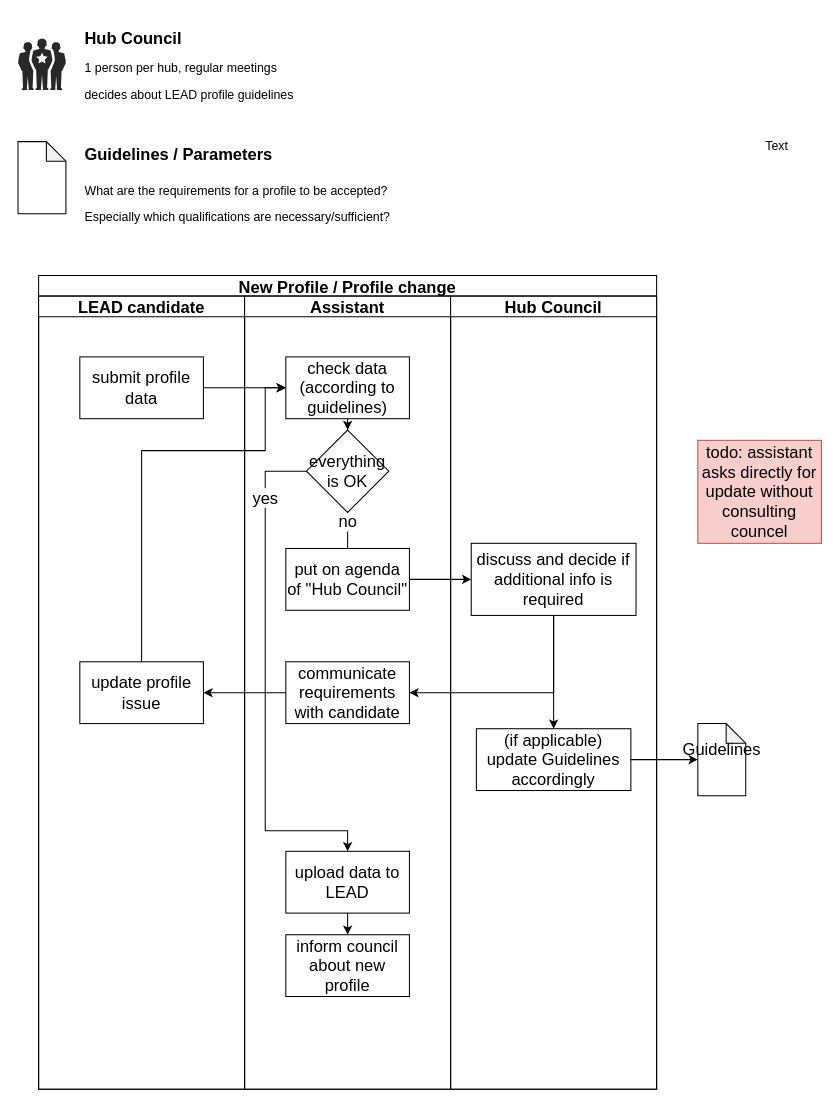
Earlier version of the draw.io diagram Profile Process.drawio (MartinSchott/Test). Source tidied: cells renumbered, new cells numbered last; positions are measured from the earlier drawing's top-left corner, leaving out a move shared by most shapes. Both pictures are drawn from the tidied source at 103%, with x=0, y=0 at pixel (18, 28).
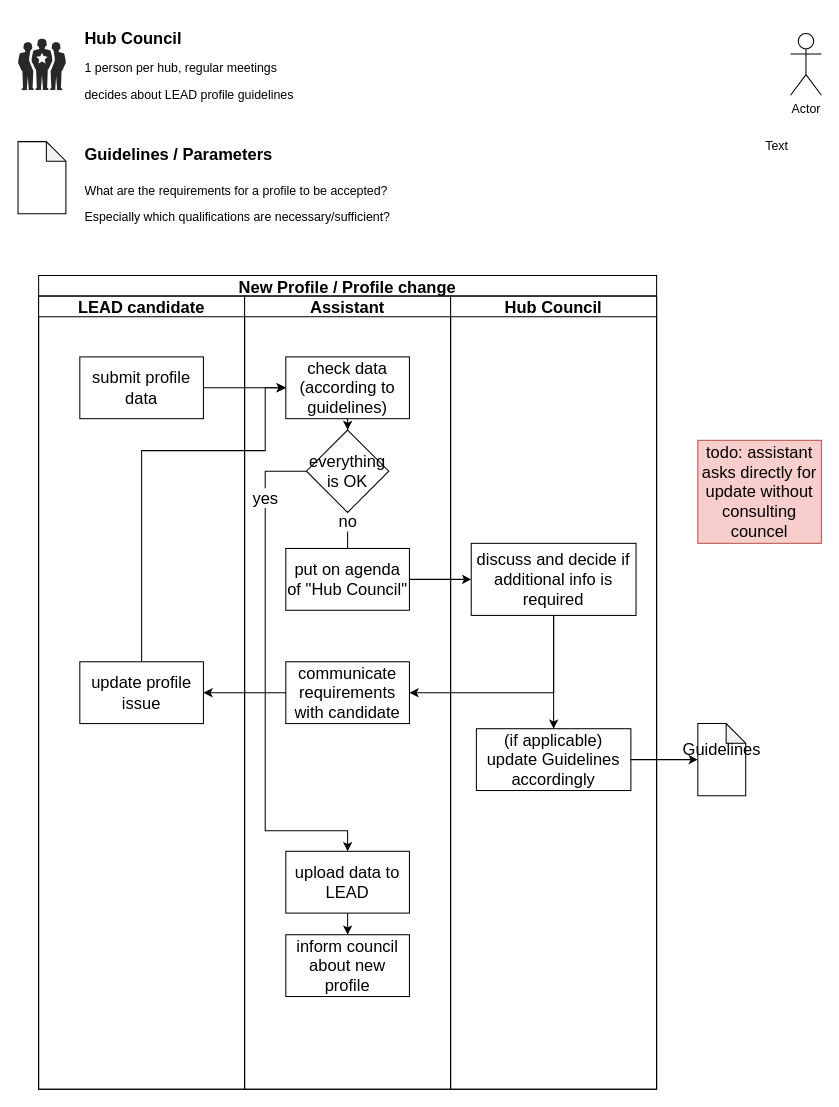
The same diagram, later.

Commit message:
add Timms figure

Diff of the diagram source:
```diff
@@
+    <mxCell id="34" value="Actor" style="shape=umlActor;verticalLabelPosition=bottom;verticalAlign=top;html=1;" parent="1" vertex="1">
+      <mxGeometry x="750" y="5" width="30" height="60" as="geometry" />
+    </mxCell>
```
